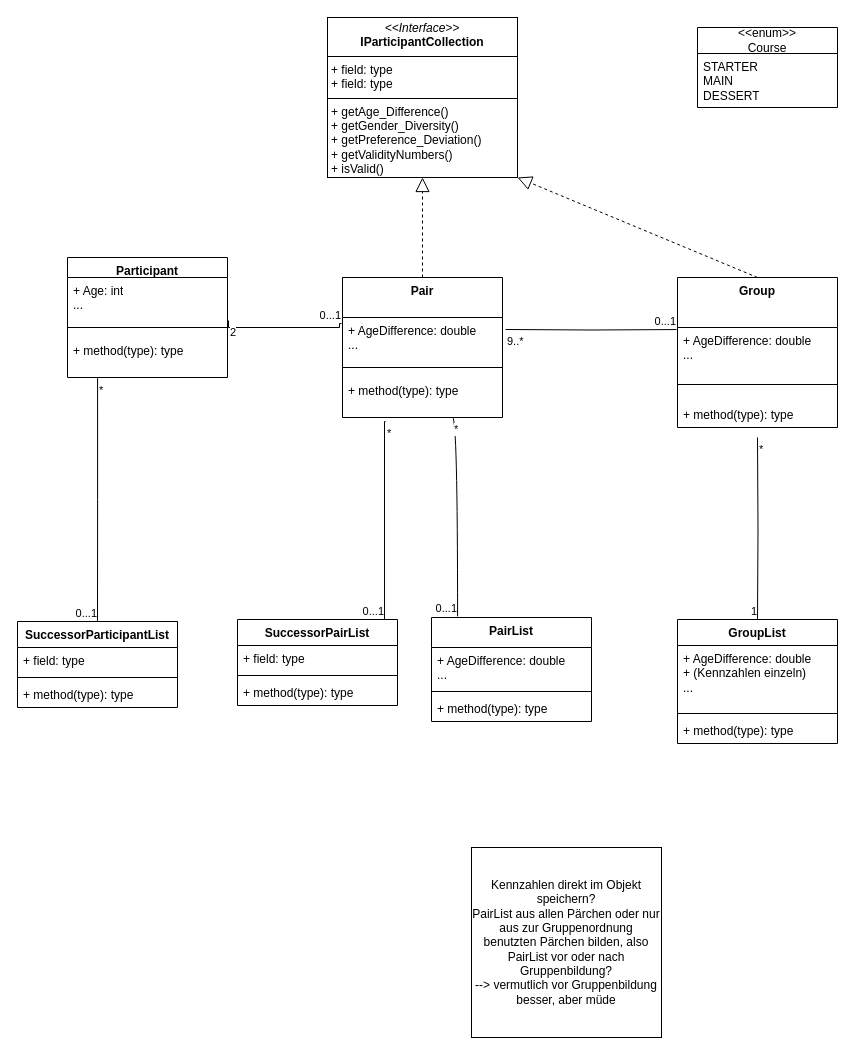
The draw.io diagram Dokumentation/Klassendiagramm(vorläufig)_Krenzer.drawio in Krenzermo/SpinFood, before the edit. Source tidied: cells renumbered, new cells numbered last; positions are measured from the earlier drawing's top-left corner, leaving out a move shared by most shapes. Both pictures are drawn from the tidied source at 100%, with x=0, y=0 at pixel (17, 17).
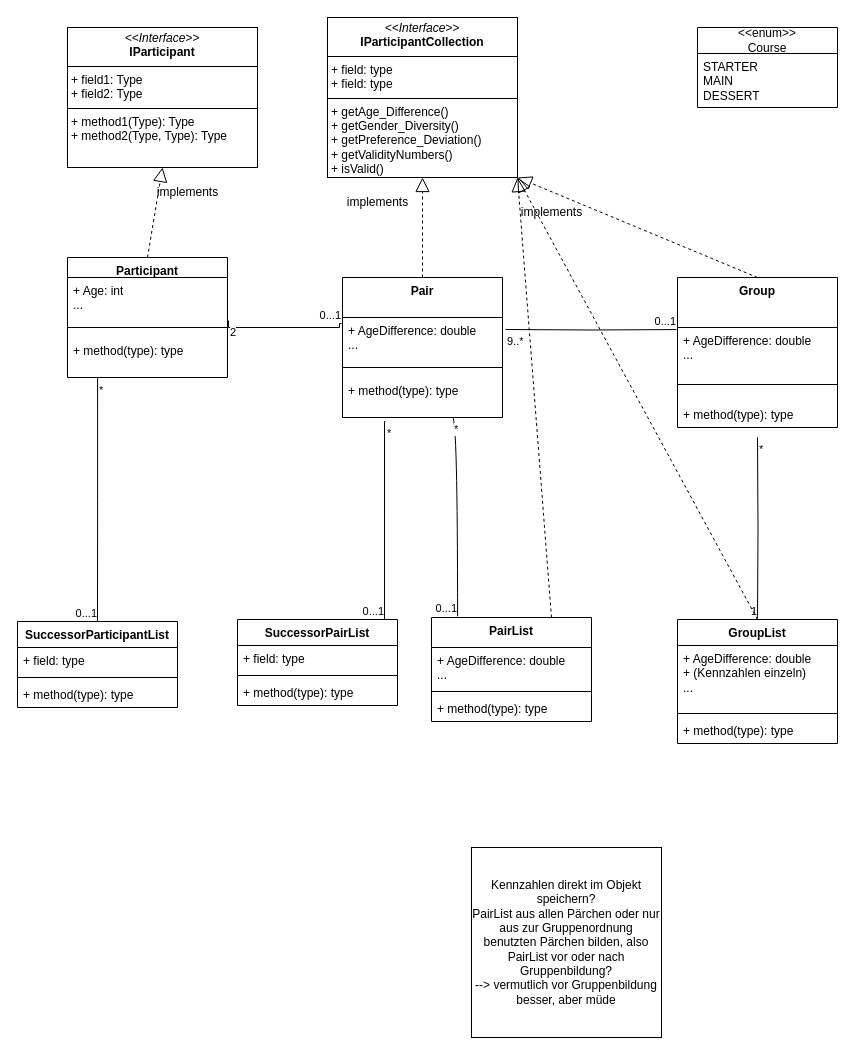
After the change.

The change refers to these unchanged cells:
```xml
<mxCell id="2" value="&lt;p style=&quot;margin:0px;margin-top:4px;text-align:center;&quot;&gt;&lt;i&gt;&amp;lt;&amp;lt;Interface&amp;gt;&amp;gt;&lt;/i&gt;&lt;br&gt;&lt;b&gt;IParticipantCollection&lt;/b&gt;&lt;/p&gt;&lt;hr size=&quot;1&quot; style=&quot;border-style:solid;&quot;&gt;&lt;p style=&quot;margin:0px;margin-left:4px;&quot;&gt;+ field: type&lt;br&gt;&lt;/p&gt;&lt;p style=&quot;margin:0px;margin-left:4px;&quot;&gt;+ field: type&lt;/p&gt;&lt;hr size=&quot;1&quot; style=&quot;border-style:solid;&quot;&gt;&lt;p style=&quot;margin:0px;margin-left:4px;&quot;&gt;+ getAge_Difference()&lt;/p&gt;&lt;p style=&quot;margin:0px;margin-left:4px;&quot;&gt;+ getGender_Diversity()&lt;/p&gt;&lt;p style=&quot;margin:0px;margin-left:4px;&quot;&gt;+ getPreference_Deviation()&lt;/p&gt;&lt;p style=&quot;margin:0px;margin-left:4px;&quot;&gt;+ getValidityNumbers()&lt;/p&gt;&lt;p style=&quot;margin:0px;margin-left:4px;&quot;&gt;+ isValid()&lt;/p&gt;" style="verticalAlign=top;align=left;overflow=fill;html=1;whiteSpace=wrap;" parent="1" vertex="1">
  <mxGeometry x="310" width="190" height="160" as="geometry" />
</mxCell>
<mxCell id="3" value="Participant" style="swimlane;fontStyle=1;align=center;verticalAlign=top;horizontal=1;startSize=20;whiteSpace=wrap;html=1;" parent="1" vertex="1">
  <mxGeometry x="50" y="240" width="160" height="120" as="geometry" />
</mxCell>
<mxCell id="15" value="PairList&lt;div&gt;&lt;br&gt;&lt;/div&gt;" style="swimlane;fontStyle=1;align=center;verticalAlign=top;horizontal=1;startSize=30;whiteSpace=wrap;html=1;" parent="1" vertex="1">
  <mxGeometry x="414" y="600" width="160" height="104" as="geometry" />
</mxCell>
<mxCell id="19" value="GroupList" style="swimlane;fontStyle=1;align=center;verticalAlign=top;horizontal=1;startSize=26;whiteSpace=wrap;html=1;" parent="1" vertex="1">
  <mxGeometry x="660" y="602" width="160" height="124" as="geometry" />
</mxCell>
```

Diff of the diagram source:
```diff
@@
+    <mxCell id="54" value="&lt;p style=&quot;margin:0px;margin-top:4px;text-align:center;&quot;&gt;&lt;i&gt;&amp;lt;&amp;lt;Interface&amp;gt;&amp;gt;&lt;/i&gt;&lt;br&gt;&lt;b&gt;IParticipant&lt;/b&gt;&lt;/p&gt;&lt;hr size=&quot;1&quot; style=&quot;border-style:solid;&quot;&gt;&lt;p style=&quot;margin:0px;margin-left:4px;&quot;&gt;+ field1: Type&lt;br&gt;+ field2: Type&lt;/p&gt;&lt;hr size=&quot;1&quot; style=&quot;border-style:solid;&quot;&gt;&lt;p style=&quot;margin:0px;margin-left:4px;&quot;&gt;+ method1(Type): Type&lt;br&gt;+ method2(Type, Type): Type&lt;/p&gt;" style="verticalAlign=top;align=left;overflow=fill;html=1;whiteSpace=wrap;" parent="1" vertex="1">
+      <mxGeometry x="50" y="10" width="190" height="140" as="geometry" />
+    </mxCell>
+    <mxCell id="55" style="endArrow=block;dashed=1;endFill=0;endSize=12;html=1;rounded=0;entryX=0.5;entryY=1;entryDx=0;entryDy=0;exitX=0.5;exitY=0;exitDx=0;exitDy=0;" parent="1" edge="1" source="3" target="54">
+      <mxGeometry relative="1" as="geometry" />
+    </mxCell>
+    <mxCell id="56" style="endArrow=block;dashed=1;endFill=0;endSize=12;html=1;rounded=0;entryX=1;entryY=1;entryDx=0;entryDy=0;exitX=0.75;exitY=0;exitDx=0;exitDy=0;" parent="1" edge="1" source="15" target="2">
+      <mxGeometry relative="1" as="geometry" />
+    </mxCell>
+    <mxCell id="57" style="endArrow=block;dashed=1;endFill=0;endSize=12;html=1;rounded=0;entryX=1;entryY=1;entryDx=0;entryDy=0;exitX=0.5;exitY=0;exitDx=0;exitDy=0;" parent="1" edge="1" source="19" target="2">
+      <mxGeometry relative="1" as="geometry" />
+    </mxCell>
+    <mxCell id="58" value="implements" style="text;html=1;align=center;verticalAlign=middle;strokeColor=none;fillColor=none;" parent="1" vertex="1">
+      <mxGeometry x="130" y="160" width="80" height="30" as="geometry" />
+    </mxCell>
+    <mxCell id="59" value="implements" style="text;html=1;align=center;verticalAlign=middle;strokeColor=none;fillColor=none;" parent="1" vertex="1">
+      <mxGeometry x="320" y="170" width="80" height="30" as="geometry" />
+    </mxCell>
+    <mxCell id="60" value="implements" style="text;html=1;align=center;verticalAlign=middle;strokeColor=none;fillColor=none;" parent="1" vertex="1">
+      <mxGeometry x="494" y="180" width="80" height="30" as="geometry" />
+    </mxCell>
```
